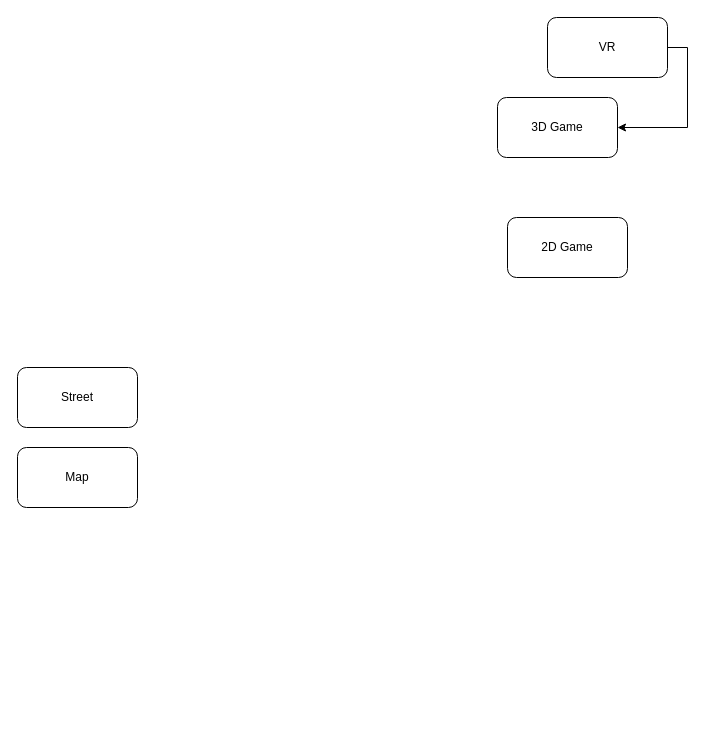
The draw.io diagram bc.drawio in peckhamdata/bezier-city, before the edit. Source tidied: cells renumbered, new cells numbered last; positions are measured from the earlier drawing's top-left corner, leaving out a move shared by most shapes. Both pictures are drawn from the tidied source at 100%, with x=0, y=0 at pixel (17, 17).
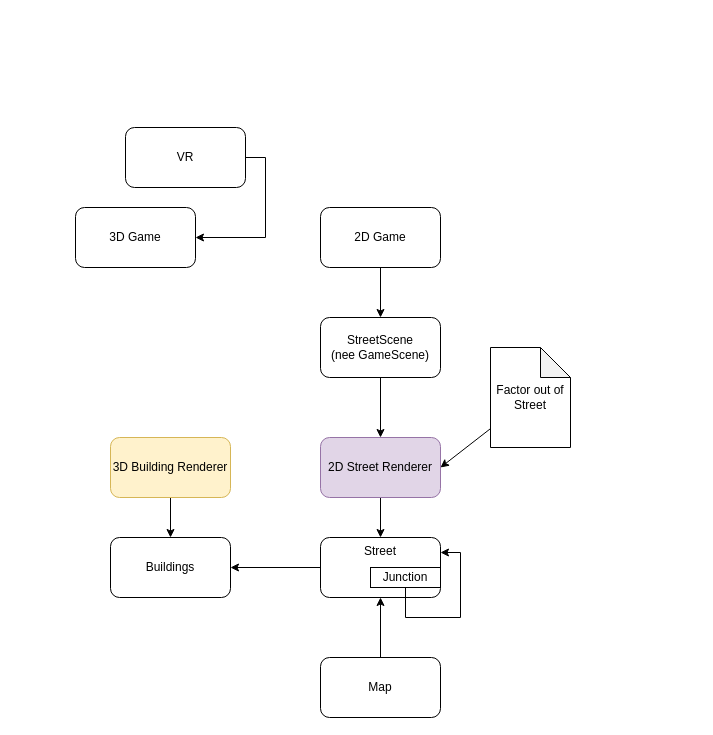
Above is the later version.

Diff of the diagram source:
```diff
@@
     <mxCell id="2" value="3D Game" style="rounded=1;whiteSpace=wrap;html=1;" parent="1" vertex="1">
-      <mxGeometry x="480" y="80" width="120" height="60" as="geometry" />
+      <mxGeometry x="58" y="190" width="120" height="60" as="geometry" />
     </mxCell>
+    <mxCell id="8" style="edgeStyle=orthogonalEdgeStyle;rounded=0;jettySize=auto;html=1;entryX=1;entryY=0.5;entryDx=0;entryDy=0;startArrow=none;startFill=0;endArrow=classic;endFill=1;" parent="1" edge="1" source="3" target="13">
+      <mxGeometry relative="1" as="geometry" />
+    </mxCell>
-    <mxCell id="3" value="Street" style="rounded=1;whiteSpace=wrap;html=1;" parent="1" vertex="1">
-      <mxGeometry y="350" width="120" height="60" as="geometry" />
+    <mxCell id="3" value="Street" style="rounded=1;whiteSpace=wrap;html=1;verticalAlign=top;" parent="1" vertex="1">
+      <mxGeometry x="303" y="520" width="120" height="60" as="geometry" />
     </mxCell>
@@
     <mxCell id="5" value="VR" style="rounded=1;whiteSpace=wrap;html=1;" parent="1" vertex="1">
-      <mxGeometry x="530" width="120" height="60" as="geometry" />
+      <mxGeometry x="108" y="110" width="120" height="60" as="geometry" />
     </mxCell>
+    <mxCell id="9" style="edgeStyle=orthogonalEdgeStyle;rounded=0;jettySize=auto;html=1;entryX=0.5;entryY=0;entryDx=0;entryDy=0;startArrow=none;startFill=0;endArrow=classic;endFill=1;" parent="1" edge="1" source="6" target="15">
+      <mxGeometry relative="1" as="geometry" />
+    </mxCell>
     <mxCell id="6" value="2D Game" style="rounded=1;whiteSpace=wrap;html=1;" parent="1" vertex="1">
-      <mxGeometry x="490" y="200" width="120" height="60" as="geometry" />
+      <mxGeometry x="303" y="190" width="120" height="60" as="geometry" />
     </mxCell>
+    <mxCell id="10" style="edgeStyle=orthogonalEdgeStyle;rounded=0;jettySize=auto;html=1;entryX=0.5;entryY=1;entryDx=0;entryDy=0;" parent="1" edge="1" source="7" target="3">
+      <mxGeometry relative="1" as="geometry" />
+    </mxCell>
     <mxCell id="7" value="Map" style="rounded=1;whiteSpace=wrap;html=1;" parent="1" vertex="1">
-      <mxGeometry y="430" width="120" height="60" as="geometry" />
+      <mxGeometry x="303" y="640" width="120" height="60" as="geometry" />
     </mxCell>
+    <mxCell id="11" style="edgeStyle=orthogonalEdgeStyle;rounded=0;jettySize=auto;html=1;entryX=0.5;entryY=1;entryDx=0;entryDy=0;startArrow=classic;startFill=1;endArrow=none;endFill=0;exitX=1;exitY=0.25;exitDx=0;exitDy=0;" parent="1" edge="1" source="3" target="12">
+      <mxGeometry relative="1" as="geometry">
+        <Array as="points">
+          <mxPoint x="443" y="535" />
+          <mxPoint x="443" y="600" />
+          <mxPoint x="388" y="600" />
+        </Array>
+      </mxGeometry>
+    </mxCell>
+    <mxCell id="12" value="Junction" style="rounded=0;whiteSpace=wrap;html=1;" parent="1" vertex="1">
+      <mxGeometry x="353" y="550" width="70" height="20" as="geometry" />
+    </mxCell>
+    <mxCell id="13" value="Buildings" style="rounded=1;whiteSpace=wrap;html=1;" parent="1" vertex="1">
+      <mxGeometry x="93" y="520" width="120" height="60" as="geometry" />
+    </mxCell>
+    <mxCell id="14" style="edgeStyle=orthogonalEdgeStyle;rounded=0;jettySize=auto;html=1;entryX=0.5;entryY=0;entryDx=0;entryDy=0;startArrow=none;startFill=0;endArrow=classic;endFill=1;" parent="1" edge="1" source="15" target="17">
+      <mxGeometry relative="1" as="geometry" />
+    </mxCell>
+    <mxCell id="15" value="StreetScene&lt;br&gt;(nee GameScene)" style="rounded=1;whiteSpace=wrap;html=1;" parent="1" vertex="1">
+      <mxGeometry x="303" y="300" width="120" height="60" as="geometry" />
+    </mxCell>
+    <mxCell id="16" style="edgeStyle=orthogonalEdgeStyle;rounded=0;jettySize=auto;html=1;entryX=0.5;entryY=0;entryDx=0;entryDy=0;startArrow=none;startFill=0;endArrow=classic;endFill=1;" parent="1" edge="1" source="17" target="3">
+      <mxGeometry relative="1" as="geometry" />
+    </mxCell>
+    <mxCell id="17" value="2D Street Renderer" style="rounded=1;whiteSpace=wrap;html=1;fillColor=#e1d5e7;strokeColor=#9673a6;" parent="1" vertex="1">
+      <mxGeometry x="303" y="420" width="120" height="60" as="geometry" />
+    </mxCell>
+    <mxCell id="18" style="rounded=0;jettySize=auto;html=1;entryX=1;entryY=0.5;entryDx=0;entryDy=0;startArrow=none;startFill=0;endArrow=classic;endFill=1;" parent="1" edge="1" source="19" target="17">
+      <mxGeometry relative="1" as="geometry" />
+    </mxCell>
+    <mxCell id="19" value="Factor out of Street" style="shape=note;whiteSpace=wrap;html=1;backgroundOutline=1;darkOpacity=0.05;" parent="1" vertex="1">
+      <mxGeometry x="473" y="330" width="80" height="100" as="geometry" />
+    </mxCell>
+    <mxCell id="20" style="edgeStyle=none;rounded=0;jettySize=auto;html=1;entryX=0.5;entryY=0;entryDx=0;entryDy=0;startArrow=none;startFill=0;endArrow=classic;endFill=1;" parent="1" edge="1" source="21" target="13">
+      <mxGeometry relative="1" as="geometry" />
+    </mxCell>
+    <mxCell id="21" value="3D Building Renderer" style="rounded=1;whiteSpace=wrap;html=1;fillColor=#fff2cc;strokeColor=#d6b656;" parent="1" vertex="1">
+      <mxGeometry x="93" y="420" width="120" height="60" as="geometry" />
+    </mxCell>
```
